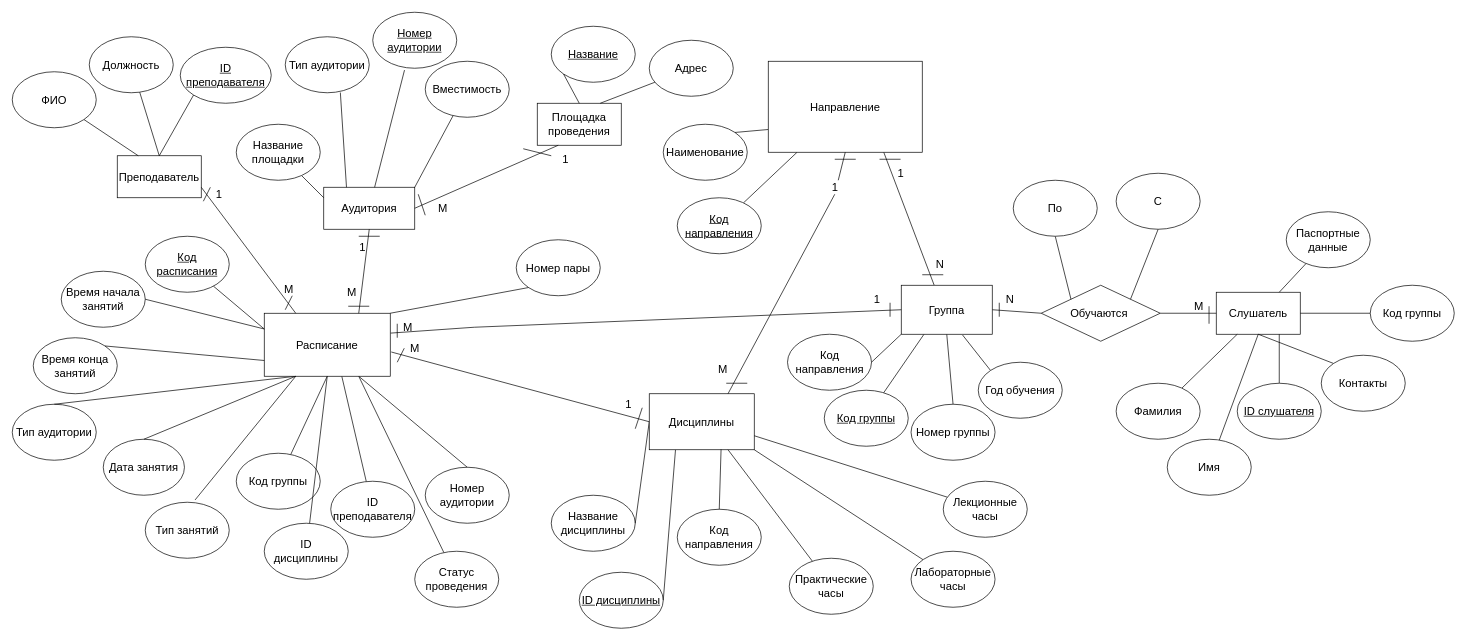
The draw.io diagram students/k3242/Evdokimov_Vladislav/LR_2/ER diagram.drawio in marinagovorova/ICT_DataBases_2021-2022, before the edit. Source tidied: cells renumbered, new cells numbered last; positions are measured from the earlier drawing's top-left corner, leaving out a move shared by most shapes. Both pictures are drawn from the tidied source at 70%, with x=0, y=0 at pixel (12, 12).
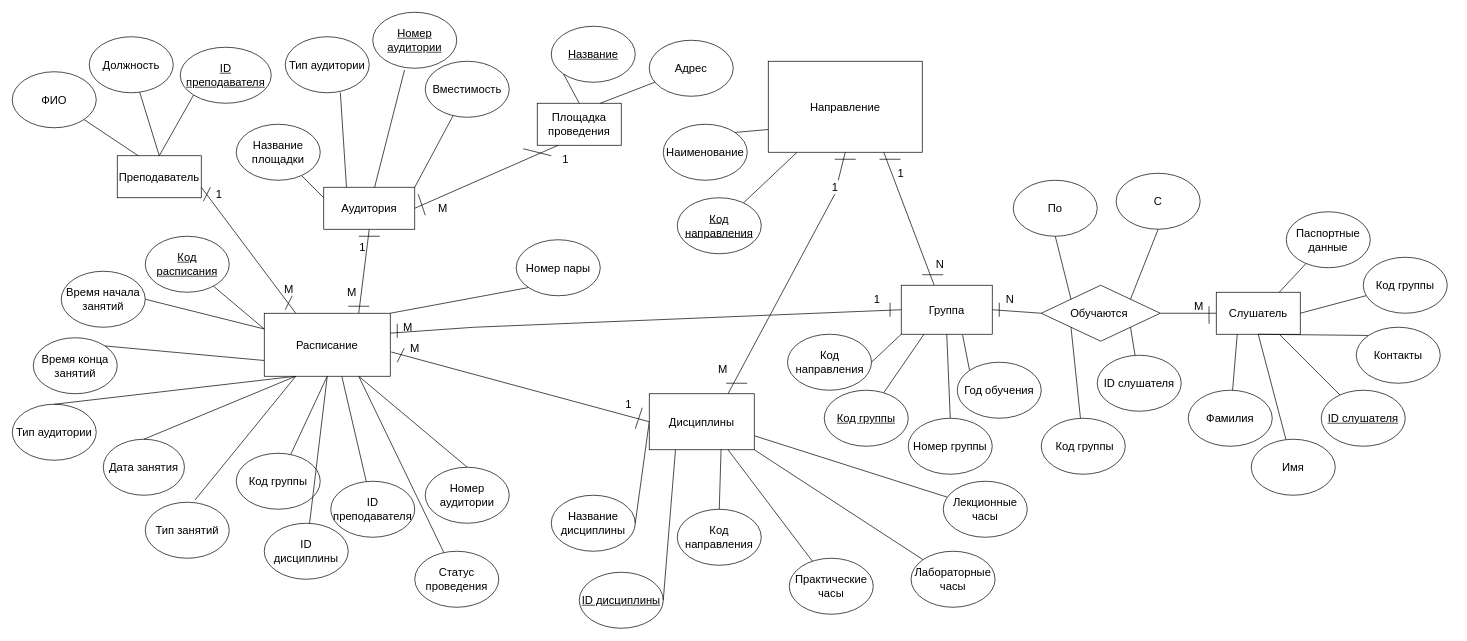
After the change.

The change refers to these unchanged cells:
```xml
<mxCell id="36" value="&lt;font style=&quot;font-size: 16px&quot;&gt;Обучаются&amp;nbsp;&lt;/font&gt;" style="rhombus;whiteSpace=wrap;html=1;" parent="1" vertex="1">
  <mxGeometry x="1470" y="390" width="170" height="80" as="geometry" />
</mxCell>
```

The edit, as a diff of the source:
```diff
@@
     <mxCell id="20" value="Фамилия" style="ellipse;whiteSpace=wrap;html=1;fontSize=16;" parent="1" vertex="1">
-      <mxGeometry x="1577" y="530" width="120" height="80" as="geometry" />
+      <mxGeometry x="1680" y="540" width="120" height="80" as="geometry" />
     </mxCell>
@@
     <mxCell id="22" value="Имя" style="ellipse;whiteSpace=wrap;html=1;fontSize=16;" parent="1" vertex="1">
-      <mxGeometry x="1650" y="610" width="120" height="80" as="geometry" />
+      <mxGeometry x="1770" y="610" width="120" height="80" as="geometry" />
     </mxCell>
@@
     <mxCell id="24" value="Контакты" style="ellipse;whiteSpace=wrap;html=1;fontSize=16;" parent="1" vertex="1">
-      <mxGeometry x="1870" y="490" width="120" height="80" as="geometry" />
+      <mxGeometry x="1920" y="450" width="120" height="80" as="geometry" />
     </mxCell>
@@
     <mxCell id="28" value="&lt;u&gt;ID слушателя&lt;/u&gt;" style="ellipse;whiteSpace=wrap;html=1;fontSize=16;" parent="1" vertex="1">
-      <mxGeometry x="1750" y="530" width="120" height="80" as="geometry" />
+      <mxGeometry x="1870" y="540" width="120" height="80" as="geometry" />
     </mxCell>
@@
     <mxCell id="34" value="Номер группы" style="ellipse;whiteSpace=wrap;html=1;fontSize=16;" parent="1" vertex="1">
-      <mxGeometry x="1284" y="560" width="120" height="80" as="geometry" />
+      <mxGeometry x="1280" y="580" width="120" height="80" as="geometry" />
     </mxCell>
@@
     <mxCell id="40" value="Год обучения" style="ellipse;whiteSpace=wrap;html=1;fontSize=16;" parent="1" vertex="1">
-      <mxGeometry x="1380" y="500" width="120" height="80" as="geometry" />
+      <mxGeometry x="1350" y="500" width="120" height="80" as="geometry" />
     </mxCell>
@@
     <mxCell id="116" value="Код группы" style="ellipse;whiteSpace=wrap;html=1;fontSize=16;" parent="1" vertex="1">
-      <mxGeometry x="1940" y="390" width="120" height="80" as="geometry" />
+      <mxGeometry x="1930" y="350" width="120" height="80" as="geometry" />
     </mxCell>
@@
+    <mxCell id="135" style="endArrow=none;html=1;rounded=0;fontSize=16;exitX=0;exitY=1;exitDx=0;exitDy=0;" parent="1" edge="1" source="36" target="136">
+      <mxGeometry relative="1" as="geometry" />
+    </mxCell>
+    <mxCell id="136" value="&amp;nbsp;Код группы" style="ellipse;whiteSpace=wrap;html=1;fontSize=16;" parent="1" vertex="1">
+      <mxGeometry x="1470" y="580" width="120" height="80" as="geometry" />
+    </mxCell>
+    <mxCell id="137" style="endArrow=none;html=1;rounded=0;fontSize=16;exitX=1;exitY=1;exitDx=0;exitDy=0;" parent="1" edge="1" source="36" target="138">
+      <mxGeometry relative="1" as="geometry" />
+    </mxCell>
+    <mxCell id="138" value="ID слушателя" style="ellipse;whiteSpace=wrap;html=1;fontSize=16;" parent="1" vertex="1">
+      <mxGeometry x="1550" y="490" width="120" height="80" as="geometry" />
+    </mxCell>
```
